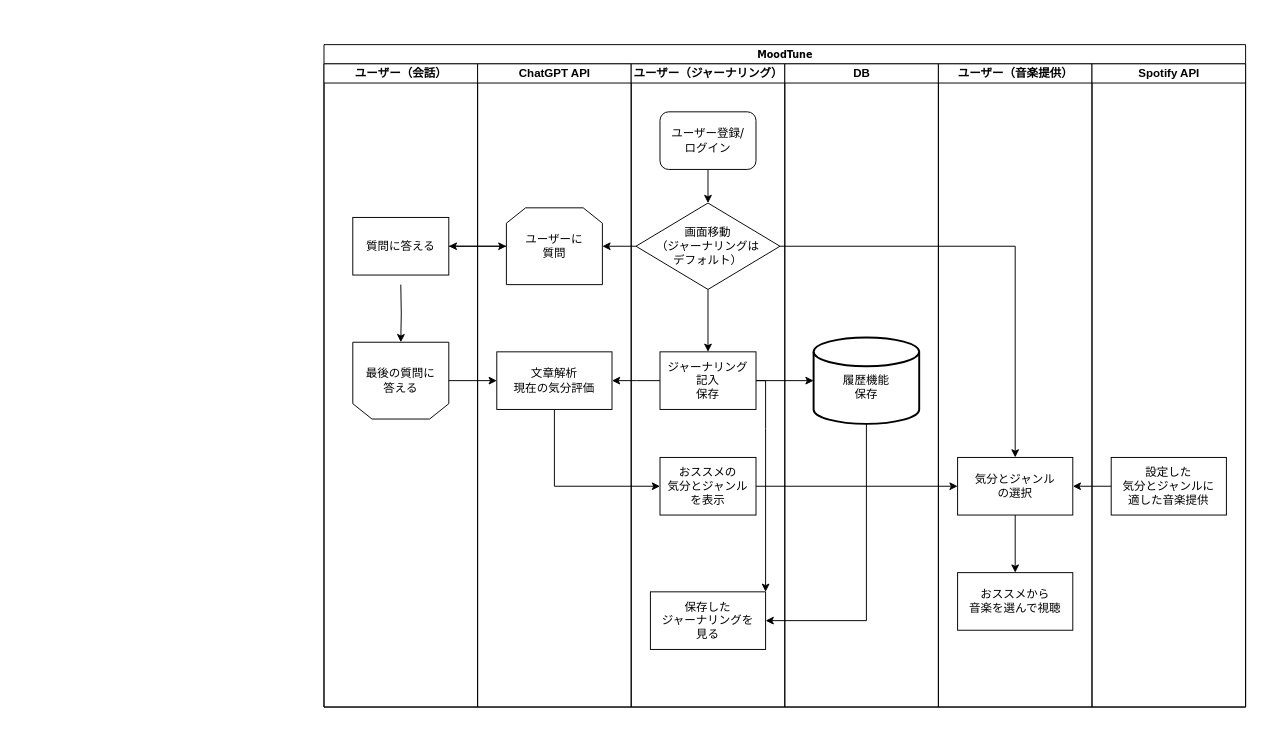
Above: documents/Work_Flow.drawio in MatsudaSaku/MoodTune (draw.io), before the change. Source tidied: cells renumbered, new cells numbered last; positions are measured from the earlier drawing's top-left corner, leaving out a move shared by most shapes. Both pictures are drawn from the tidied source at 96%, with x=0, y=0 at pixel (324, 44).
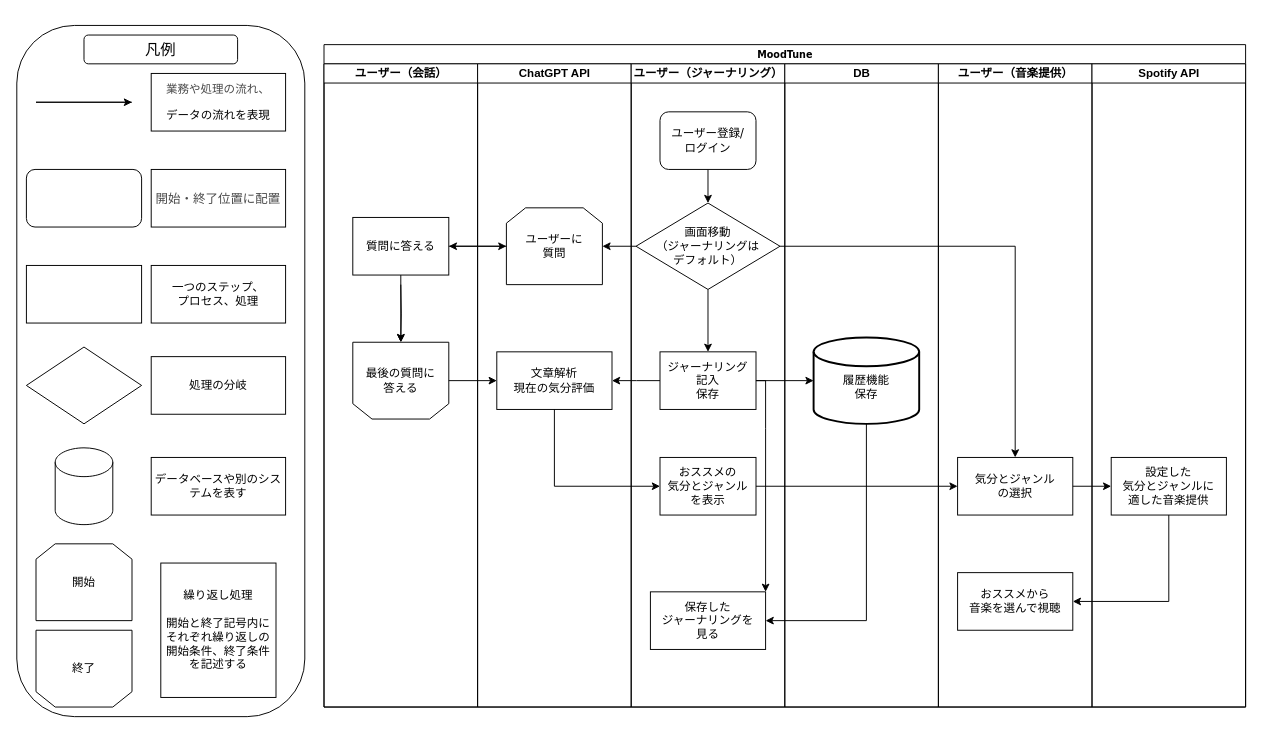
After the change.

Commit message:
Work_Flow.drawio を更新します

The change refers to these unchanged cells:
```xml
<mxCell id="2" value="&lt;font style=&quot;font-size: 10px;&quot;&gt;MoodTune&lt;/font&gt;" style="swimlane;html=1;startSize=20;rounded=0;shadow=0;labelBackgroundColor=none;strokeWidth=1;fontFamily=Verdana;fontSize=8;align=center;" parent="1" vertex="1">
  <mxGeometry width="960" height="690" as="geometry" />
</mxCell>
<mxCell id="3" value="ユーザー（会話）" style="swimlane;html=1;startSize=20;" parent="2" vertex="1">
  <mxGeometry y="20" width="160" height="670" as="geometry" />
</mxCell>
<mxCell id="4" value="最後の質問に&lt;div&gt;答える&lt;/div&gt;" style="shape=loopLimit;whiteSpace=wrap;html=1;flipH=1;flipV=1;" parent="3" vertex="1">
  <mxGeometry x="30" y="290" width="100" height="80" as="geometry" />
</mxCell>
<mxCell id="6" value="質問に答える" style="rounded=0;whiteSpace=wrap;html=1;" parent="3" vertex="1">
  <mxGeometry x="30" y="160" width="100" height="60" as="geometry" />
</mxCell>
<mxCell id="10" value="文章解析&lt;div&gt;現在の気分評価&lt;/div&gt;" style="rounded=0;whiteSpace=wrap;html=1;" parent="7" vertex="1">
  <mxGeometry x="20" y="300" width="120" height="60" as="geometry" />
</mxCell>
<mxCell id="17" value="おススメの&lt;div&gt;気分とジャンル&lt;/div&gt;&lt;div&gt;を表示&lt;/div&gt;" style="rounded=0;whiteSpace=wrap;html=1;" parent="11" vertex="1">
  <mxGeometry x="30" y="410" width="100" height="60" as="geometry" />
</mxCell>
<mxCell id="23" value="ユーザー（音楽提供）" style="swimlane;html=1;startSize=20;" parent="2" vertex="1">
  <mxGeometry x="640" y="20" width="160" height="670" as="geometry" />
</mxCell>
<mxCell id="24" value="&lt;div&gt;&lt;span style=&quot;background-color: initial;&quot;&gt;気分とジャンル&lt;/span&gt;&lt;br&gt;&lt;/div&gt;&lt;div&gt;の選択&lt;/div&gt;" style="rounded=0;whiteSpace=wrap;html=1;" parent="23" vertex="1">
  <mxGeometry x="20" y="410" width="120" height="60" as="geometry" />
</mxCell>
<mxCell id="25" value="おススメから&lt;div&gt;音楽を選んで視聴&lt;/div&gt;" style="rounded=0;whiteSpace=wrap;html=1;" parent="23" vertex="1">
  <mxGeometry x="20" y="530" width="120" height="60" as="geometry" />
</mxCell>
<mxCell id="28" value="設定した&lt;div&gt;気分とジャンルに&lt;div&gt;適した音楽提供&lt;/div&gt;&lt;/div&gt;" style="rounded=0;whiteSpace=wrap;html=1;" parent="27" vertex="1">
  <mxGeometry x="20" y="410" width="120" height="60" as="geometry" />
</mxCell>
```

Change to the diagram source:
```diff
@@
+    <mxCell id="38" style="edgeStyle=orthogonalEdgeStyle;rounded=0;jettySize=auto;html=1;" parent="3" edge="1" source="6" target="4">
+      <mxGeometry relative="1" as="geometry">
+        <Array as="points">
+          <mxPoint x="80" y="220" />
+          <mxPoint x="80" y="220" />
+        </Array>
+      </mxGeometry>
+    </mxCell>
@@
-    <mxCell id="26" style="edgeStyle=orthogonalEdgeStyle;rounded=0;jettySize=auto;html=1;exitX=0.5;exitY=1;exitDx=0;exitDy=0;" parent="23" edge="1" source="24" target="25">
-      <mxGeometry relative="1" as="geometry" />
-    </mxCell>
@@
+    <mxCell id="26" style="edgeStyle=orthogonalEdgeStyle;rounded=0;jettySize=auto;html=1;exitX=0.5;exitY=1;exitDx=0;exitDy=0;entryX=1;entryY=0.5;entryDx=0;entryDy=0;" parent="2" edge="1" source="28" target="25">
+      <mxGeometry relative="1" as="geometry" />
+    </mxCell>
-    <mxCell id="36" style="edgeStyle=orthogonalEdgeStyle;rounded=0;jettySize=auto;html=1;exitX=0;exitY=0.5;exitDx=0;exitDy=0;entryX=1;entryY=0.5;entryDx=0;entryDy=0;" parent="2" edge="1" source="28" target="24">
+    <mxCell id="36" style="edgeStyle=orthogonalEdgeStyle;rounded=0;jettySize=auto;html=1;exitX=1;exitY=0.5;exitDx=0;exitDy=0;entryX=0;entryY=0.5;entryDx=0;entryDy=0;" parent="2" edge="1" source="24" target="28">
       <mxGeometry relative="1" as="geometry" />
     </mxCell>
-    <mxCell id="37" style="endArrow=classic;html=1;rounded=0;exitX=0.5;exitY=1;exitDx=0;exitDy=0;" parent="1" edge="1" source="10">
+    <mxCell id="37" style="endArrow=classic;html=1;rounded=0;exitX=0.5;exitY=1;exitDx=0;exitDy=0;entryX=0;entryY=0.5;entryDx=0;entryDy=0;" parent="2" edge="1" source="10" target="17">
       <mxGeometry relative="1" as="geometry">
-        <mxPoint x="350" y="460" as="targetPoint" />
         <Array as="points">
           <mxPoint x="240" y="460" />
         </Array>
       </mxGeometry>
     </mxCell>
+    <mxCell id="39" value="&lt;div style=&quot;&quot;&gt;&lt;font style=&quot;font-size: 12px;&quot;&gt;&lt;br&gt;&lt;/font&gt;&lt;/div&gt;&lt;h6 style=&quot;&quot;&gt;&lt;br&gt;&lt;/h6&gt;&lt;div&gt;&lt;br&gt;&lt;/div&gt;&lt;div&gt;&lt;br&gt;&lt;/div&gt;&lt;div&gt;&lt;br&gt;&lt;/div&gt;&lt;div&gt;&lt;br&gt;&lt;/div&gt;&lt;div&gt;&lt;br&gt;&lt;/div&gt;&lt;div&gt;&lt;br&gt;&lt;/div&gt;&lt;div&gt;&lt;br&gt;&lt;/div&gt;&lt;div&gt;&lt;br&gt;&lt;/div&gt;&lt;div&gt;&lt;br&gt;&lt;/div&gt;&lt;div&gt;&lt;br&gt;&lt;/div&gt;&lt;div&gt;&lt;br&gt;&lt;/div&gt;&lt;div&gt;&lt;br&gt;&lt;/div&gt;&lt;div&gt;&lt;br&gt;&lt;/div&gt;&lt;div&gt;&lt;br&gt;&lt;/div&gt;&lt;div&gt;&lt;br&gt;&lt;/div&gt;&lt;div&gt;&lt;br&gt;&lt;/div&gt;&lt;div&gt;&lt;br&gt;&lt;/div&gt;&lt;div&gt;&lt;br&gt;&lt;/div&gt;&lt;div&gt;&lt;br&gt;&lt;/div&gt;&lt;div&gt;&lt;br&gt;&lt;/div&gt;&lt;div&gt;&lt;br&gt;&lt;/div&gt;&lt;div&gt;&lt;br&gt;&lt;/div&gt;&lt;div&gt;&lt;br&gt;&lt;/div&gt;&lt;div&gt;&lt;br&gt;&lt;/div&gt;&lt;div&gt;&lt;br&gt;&lt;/div&gt;&lt;div&gt;&lt;br&gt;&lt;/div&gt;&lt;div&gt;&lt;br&gt;&lt;/div&gt;&lt;div&gt;&lt;br&gt;&lt;/div&gt;&lt;div&gt;&lt;br&gt;&lt;/div&gt;&lt;div&gt;&lt;br&gt;&lt;/div&gt;&lt;div&gt;&lt;br&gt;&lt;/div&gt;&lt;div&gt;&lt;br&gt;&lt;/div&gt;&lt;div&gt;&lt;br&gt;&lt;/div&gt;&lt;div&gt;&lt;br&gt;&lt;/div&gt;&lt;div&gt;&lt;br&gt;&lt;/div&gt;&lt;div&gt;&lt;br&gt;&lt;/div&gt;&lt;div&gt;&lt;br&gt;&lt;/div&gt;&lt;div&gt;&lt;br&gt;&lt;/div&gt;&lt;div&gt;&lt;br&gt;&lt;/div&gt;&lt;div&gt;&lt;br&gt;&lt;/div&gt;&lt;div&gt;&lt;br&gt;&lt;/div&gt;&lt;div&gt;&lt;br&gt;&lt;/div&gt;&lt;div&gt;&lt;br&gt;&lt;/div&gt;&lt;div&gt;&lt;br&gt;&lt;/div&gt;&lt;div&gt;&lt;br&gt;&lt;/div&gt;&lt;div&gt;&lt;br&gt;&lt;/div&gt;&lt;div&gt;&lt;br&gt;&lt;/div&gt;" style="rounded=1;whiteSpace=wrap;html=1;arcSize=20;" parent="1" vertex="1">
+      <mxGeometry x="-320" y="-20" width="300" height="720" as="geometry" />
+    </mxCell>
+    <mxCell id="40" style="endArrow=classic;html=1;rounded=0;" parent="1" edge="1">
+      <mxGeometry relative="1" as="geometry">
+        <mxPoint x="-200" y="60" as="sourcePoint" />
+        <mxPoint x="-200" y="60" as="targetPoint" />
+        <Array as="points">
+          <mxPoint x="-300" y="60" />
+          <mxPoint x="-250" y="60" />
+        </Array>
+      </mxGeometry>
+    </mxCell>
+    <mxCell id="41" value="&lt;p style=&quot;&quot;&gt;&lt;span style=&quot;color: rgb(74, 74, 74); font-family: &amp;quot;Noto Sans JP&amp;quot;, &amp;quot;ヒラギノ角ゴ Pro W3&amp;quot;, &amp;quot;Hiragino Kaku Gothic Pro&amp;quot;, メイリオ, Meiryo, YuGothic, 游ゴシック, &amp;quot;ＭＳ Ｐゴシック&amp;quot;, &amp;quot;MS PGothic&amp;quot;, arial, sans-serif; text-align: start; background-color: rgb(255, 255, 255);&quot;&gt;業務や処理の流れ、&lt;/span&gt;&lt;/p&gt;&lt;p style=&quot;&quot;&gt;データの流れを表現&lt;/p&gt;" style="rounded=0;whiteSpace=wrap;html=1;" parent="1" vertex="1">
+      <mxGeometry x="-180" y="30" width="140" height="60" as="geometry" />
+    </mxCell>
+    <mxCell id="42" value="&lt;span style=&quot;color: rgb(74, 74, 74); font-family: &amp;quot;Noto Sans JP&amp;quot;, &amp;quot;ヒラギノ角ゴ Pro W3&amp;quot;, &amp;quot;Hiragino Kaku Gothic Pro&amp;quot;, メイリオ, Meiryo, YuGothic, 游ゴシック, &amp;quot;ＭＳ Ｐゴシック&amp;quot;, &amp;quot;MS PGothic&amp;quot;, arial, sans-serif; text-align: start; background-color: rgb(255, 255, 255);&quot;&gt;&lt;font style=&quot;font-size: 13px;&quot;&gt;開始・終了位置に配置&lt;/font&gt;&lt;/span&gt;" style="rounded=0;whiteSpace=wrap;html=1;" parent="1" vertex="1">
+      <mxGeometry x="-180" y="130" width="140" height="60" as="geometry" />
+    </mxCell>
+    <mxCell id="43" style="rounded=1;whiteSpace=wrap;html=1;" parent="1" vertex="1">
+      <mxGeometry x="-310" y="130" width="120" height="60" as="geometry" />
+    </mxCell>
+    <mxCell id="44" value="一つのステップ、&lt;div&gt;プロセス、処理&lt;/div&gt;" style="rounded=0;whiteSpace=wrap;html=1;" parent="1" vertex="1">
+      <mxGeometry x="-180" y="230" width="140" height="60" as="geometry" />
+    </mxCell>
+    <mxCell id="45" style="rounded=0;whiteSpace=wrap;html=1;" parent="1" vertex="1">
+      <mxGeometry x="-310" y="230" width="120" height="60" as="geometry" />
+    </mxCell>
+    <mxCell id="46" value="処理の分岐" style="rounded=0;whiteSpace=wrap;html=1;" parent="1" vertex="1">
+      <mxGeometry x="-180" y="325" width="140" height="60" as="geometry" />
+    </mxCell>
+    <mxCell id="47" style="rhombus;whiteSpace=wrap;html=1;" parent="1" vertex="1">
+      <mxGeometry x="-310" y="315" width="120" height="80" as="geometry" />
+    </mxCell>
+    <mxCell id="48" style="shape=cylinder3;whiteSpace=wrap;html=1;boundedLbl=1;backgroundOutline=1;size=15;" parent="1" vertex="1">
+      <mxGeometry x="-280" y="420" width="60" height="80" as="geometry" />
+    </mxCell>
+    <mxCell id="49" value="データベースや別のシステムを表す" style="rounded=0;whiteSpace=wrap;html=1;" parent="1" vertex="1">
+      <mxGeometry x="-180" y="430" width="140" height="60" as="geometry" />
+    </mxCell>
+    <mxCell id="50" value="開始" style="shape=loopLimit;whiteSpace=wrap;html=1;" parent="1" vertex="1">
+      <mxGeometry x="-300" y="520" width="100" height="80" as="geometry" />
+    </mxCell>
+    <mxCell id="51" value="終了" style="shape=loopLimit;whiteSpace=wrap;html=1;direction=west;" parent="1" vertex="1">
+      <mxGeometry x="-300" y="610" width="100" height="80" as="geometry" />
+    </mxCell>
+    <mxCell id="52" value="繰り返し処理&lt;div&gt;&lt;br&gt;&lt;/div&gt;&lt;div&gt;開始と終了記号内にそれぞれ繰り返しの開始条件、終了条件を記述する&lt;/div&gt;" style="rounded=0;whiteSpace=wrap;html=1;" parent="1" vertex="1">
+      <mxGeometry x="-170" y="540" width="120" height="140" as="geometry" />
+    </mxCell>
+    <mxCell id="53" value="&lt;font style=&quot;font-size: 16px;&quot;&gt;凡例&lt;/font&gt;" style="rounded=1;whiteSpace=wrap;html=1;" parent="1" vertex="1">
+      <mxGeometry x="-250" y="-10" width="160" height="30" as="geometry" />
+    </mxCell>
```
